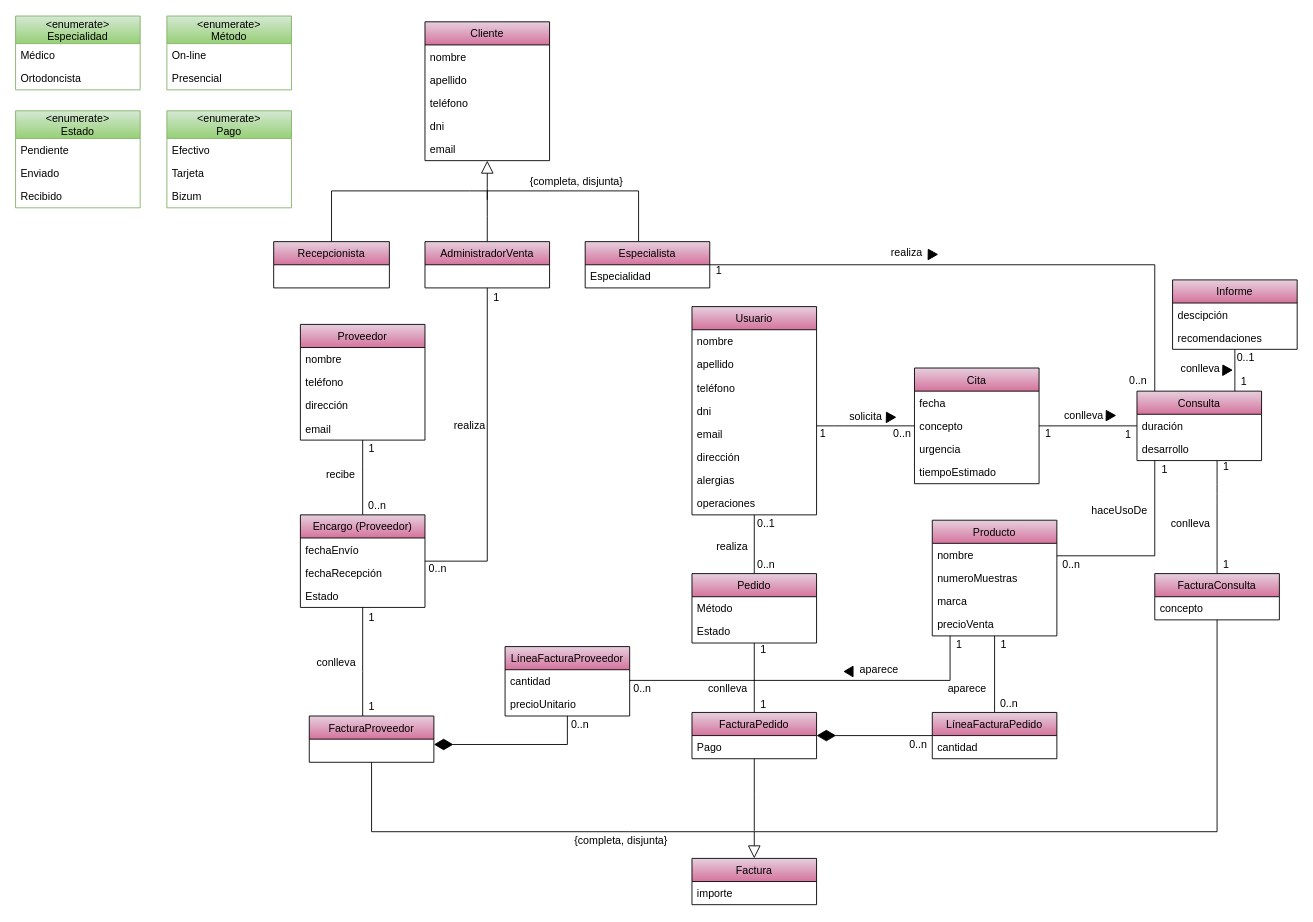
Earlier version of the draw.io diagram page "Page-1" (1 of 2) of Recursos/Diagrama UML IR.drawio (Jesusjbs/clinicaDental-ir). Source tidied: cells renumbered, new cells numbered last; positions are measured from the earlier drawing's top-left corner, leaving out a move shared by most shapes. Both pictures are drawn from the tidied source at 89%, with x=0, y=0 at pixel (15, 16).
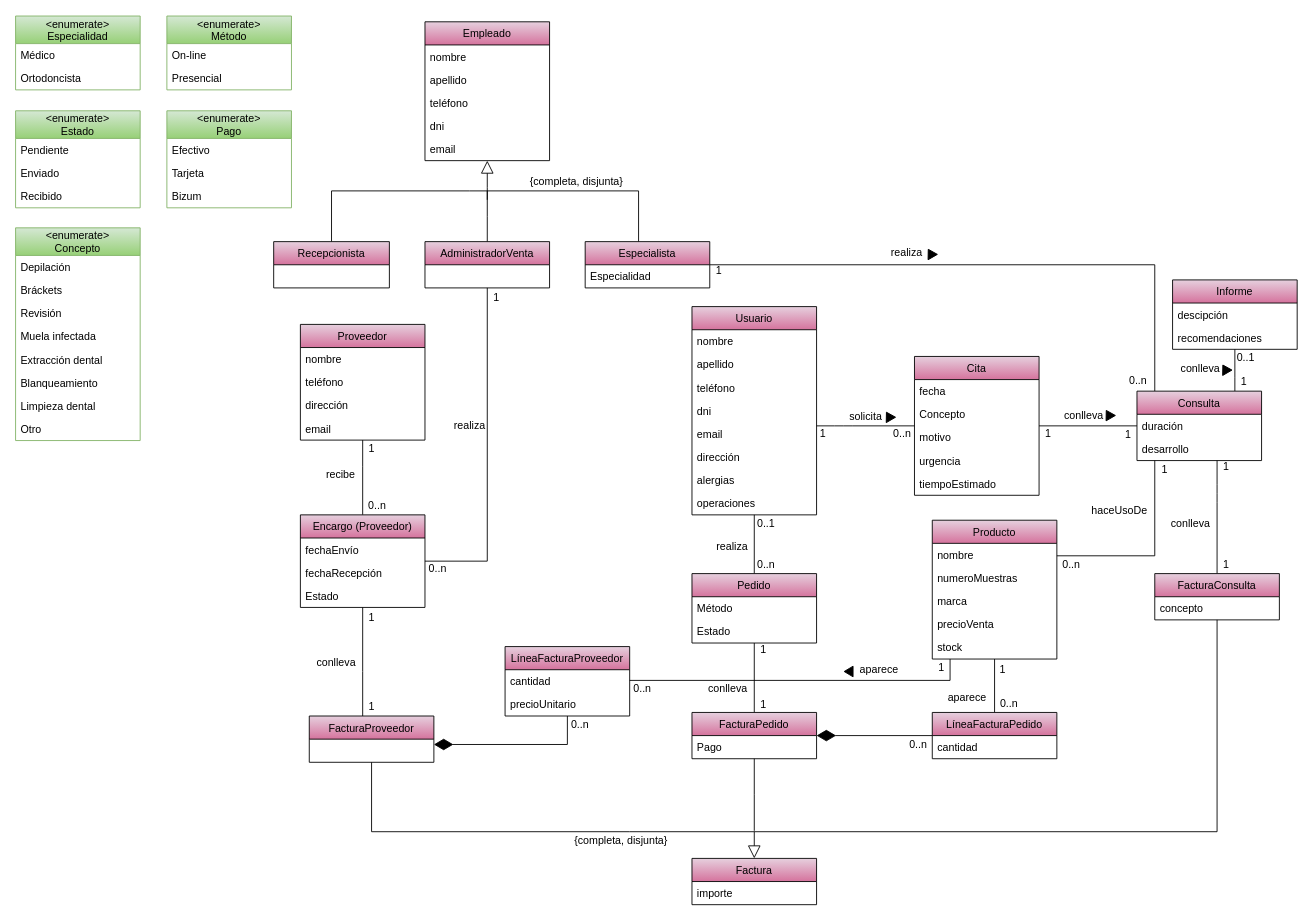
After the change.

Commit message (it also covers changes not shown here):
Actualizado UML y corregido requisito no funcional

Change to the diagram source:
```diff
@@
-    <mxCell id="28" value="Cliente" style="swimlane;fontStyle=0;horizontal=1;startSize=26;fillColor=#E6D0DE;gradientColor=#D5739D;gradientDirection=south;swimlaneFillColor=none;" parent="1" vertex="1">
+    <mxCell id="28" value="Empleado" style="swimlane;fontStyle=0;horizontal=1;startSize=26;fillColor=#E6D0DE;gradientColor=#D5739D;gradientDirection=south;swimlaneFillColor=none;" parent="1" vertex="1">
       <mxGeometry x="460" y="6" width="140" height="156" as="geometry" />
     </mxCell>
@@
     <mxCell id="38" value="Producto" style="swimlane;fontStyle=0;horizontal=1;startSize=26;fillColor=#E6D0DE;gradientColor=#D5739D;" parent="1" vertex="1">
-      <mxGeometry x="1030" y="566" width="140" height="130" as="geometry" />
+      <mxGeometry x="1030" y="566" width="140" height="156" as="geometry" />
     </mxCell>
@@
+    <mxCell id="146" value="stock" style="text;strokeColor=none;fillColor=none;align=left;verticalAlign=top;spacingLeft=4;spacingRight=4;overflow=hidden;" parent="38" vertex="1">
+      <mxGeometry y="130" width="140" height="26" as="geometry" />
+    </mxCell>
@@
+    <mxCell id="147" value="&lt;enumerate&gt;&#10;Concepto" style="swimlane;fontStyle=0;horizontal=1;startSize=31;fillColor=#d5e8d4;strokeColor=#82b366;gradientColor=#97D077;" parent="1" vertex="1">
+      <mxGeometry y="237.5" width="140" height="239" as="geometry" />
+    </mxCell>
+    <mxCell id="148" value="Depilación" style="text;strokeColor=none;fillColor=none;align=left;verticalAlign=top;spacingLeft=4;spacingRight=4;overflow=hidden;" parent="147" vertex="1">
+      <mxGeometry y="31" width="140" height="26" as="geometry" />
+    </mxCell>
+    <mxCell id="149" value="Bráckets" style="text;strokeColor=none;fillColor=none;align=left;verticalAlign=top;spacingLeft=4;spacingRight=4;overflow=hidden;" parent="147" vertex="1">
+      <mxGeometry y="57" width="140" height="26" as="geometry" />
+    </mxCell>
+    <mxCell id="150" value="Revisión" style="text;strokeColor=none;fillColor=none;align=left;verticalAlign=top;spacingLeft=4;spacingRight=4;overflow=hidden;" parent="147" vertex="1">
+      <mxGeometry y="83" width="140" height="26" as="geometry" />
+    </mxCell>
+    <mxCell id="151" value="Muela infectada" style="text;strokeColor=none;fillColor=none;align=left;verticalAlign=top;spacingLeft=4;spacingRight=4;overflow=hidden;" parent="147" vertex="1">
+      <mxGeometry y="109" width="140" height="26" as="geometry" />
+    </mxCell>
+    <mxCell id="152" value="Extracción dental" style="text;strokeColor=none;fillColor=none;align=left;verticalAlign=top;spacingLeft=4;spacingRight=4;overflow=hidden;" parent="147" vertex="1">
+      <mxGeometry y="135" width="140" height="26" as="geometry" />
+    </mxCell>
+    <mxCell id="153" value="Blanqueamiento" style="text;strokeColor=none;fillColor=none;align=left;verticalAlign=top;spacingLeft=4;spacingRight=4;overflow=hidden;" parent="147" vertex="1">
+      <mxGeometry y="161" width="140" height="26" as="geometry" />
+    </mxCell>
+    <mxCell id="154" value="Limpieza dental" style="text;strokeColor=none;fillColor=none;align=left;verticalAlign=top;spacingLeft=4;spacingRight=4;overflow=hidden;" parent="147" vertex="1">
+      <mxGeometry y="187" width="140" height="26" as="geometry" />
+    </mxCell>
+    <mxCell id="155" value="Otro" style="text;strokeColor=none;fillColor=none;align=left;verticalAlign=top;spacingLeft=4;spacingRight=4;overflow=hidden;" parent="147" vertex="1">
+      <mxGeometry y="213" width="140" height="26" as="geometry" />
+    </mxCell>
@@
-    <mxCell id="105" value="Cita" style="swimlane;fontStyle=0;horizontal=1;startSize=26;fillColor=#E6D0DE;gradientColor=#D5739D;" parent="1" vertex="1">
-      <mxGeometry x="1010" y="395" width="140" height="130" as="geometry" />
-    </mxCell>
-    <mxCell id="106" value="fecha" style="text;strokeColor=none;fillColor=none;align=left;verticalAlign=top;spacingLeft=4;spacingRight=4;overflow=hidden;" parent="105" vertex="1">
-      <mxGeometry y="26" width="140" height="26" as="geometry" />
-    </mxCell>
-    <mxCell id="107" value="concepto" style="text;strokeColor=none;fillColor=none;align=left;verticalAlign=top;spacingLeft=4;spacingRight=4;overflow=hidden;" parent="105" vertex="1">
-      <mxGeometry y="52" width="140" height="26" as="geometry" />
-    </mxCell>
-    <mxCell id="108" value="urgencia" style="text;strokeColor=none;fillColor=none;align=left;verticalAlign=top;spacingLeft=4;spacingRight=4;overflow=hidden;" parent="105" vertex="1">
-      <mxGeometry y="78" width="140" height="26" as="geometry" />
-    </mxCell>
-    <mxCell id="109" value="tiempoEstimado" style="text;strokeColor=none;fillColor=none;align=left;verticalAlign=top;spacingLeft=4;spacingRight=4;overflow=hidden;" parent="105" vertex="1">
-      <mxGeometry y="104" width="140" height="26" as="geometry" />
-    </mxCell>
@@
     <mxCell id="117" value="1" style="text;html=1;align=center;verticalAlign=middle;" parent="1" vertex="1">
-      <mxGeometry x="1050" y="696" width="20" height="20" as="geometry" />
+      <mxGeometry x="1030" y="722" width="20" height="20" as="geometry" />
     </mxCell>
@@
     <mxCell id="123" value="1" style="text;html=1;align=center;verticalAlign=middle;" parent="1" vertex="1">
-      <mxGeometry x="1100" y="696" width="20" height="20" as="geometry" />
+      <mxGeometry x="1099" y="724" width="20" height="20" as="geometry" />
     </mxCell>
@@
     <mxCell id="125" value="aparece" style="text;html=1;align=center;verticalAlign=middle;" parent="1" vertex="1">
-      <mxGeometry x="1039" y="746" width="60" height="20" as="geometry" />
+      <mxGeometry x="1039" y="756" width="60" height="20" as="geometry" />
     </mxCell>
@@
+    <mxCell id="105" value="Cita" style="swimlane;fontStyle=0;horizontal=1;startSize=26;fillColor=#E6D0DE;gradientColor=#D5739D;" parent="1" vertex="1">
+      <mxGeometry x="1010" y="382" width="140" height="156" as="geometry" />
+    </mxCell>
+    <mxCell id="106" value="fecha" style="text;strokeColor=none;fillColor=none;align=left;verticalAlign=top;spacingLeft=4;spacingRight=4;overflow=hidden;" parent="105" vertex="1">
+      <mxGeometry y="26" width="140" height="26" as="geometry" />
+    </mxCell>
+    <mxCell id="107" value="Concepto" style="text;strokeColor=none;fillColor=none;align=left;verticalAlign=top;spacingLeft=4;spacingRight=4;overflow=hidden;" parent="105" vertex="1">
+      <mxGeometry y="52" width="140" height="26" as="geometry" />
+    </mxCell>
+    <mxCell id="156" value="motivo" style="text;strokeColor=none;fillColor=none;align=left;verticalAlign=top;spacingLeft=4;spacingRight=4;overflow=hidden;" parent="105" vertex="1">
+      <mxGeometry y="78" width="140" height="26" as="geometry" />
+    </mxCell>
+    <mxCell id="108" value="urgencia" style="text;strokeColor=none;fillColor=none;align=left;verticalAlign=top;spacingLeft=4;spacingRight=4;overflow=hidden;" parent="105" vertex="1">
+      <mxGeometry y="104" width="140" height="26" as="geometry" />
+    </mxCell>
+    <mxCell id="109" value="tiempoEstimado" style="text;strokeColor=none;fillColor=none;align=left;verticalAlign=top;spacingLeft=4;spacingRight=4;overflow=hidden;" parent="105" vertex="1">
+      <mxGeometry y="130" width="140" height="26" as="geometry" />
+    </mxCell>
```
